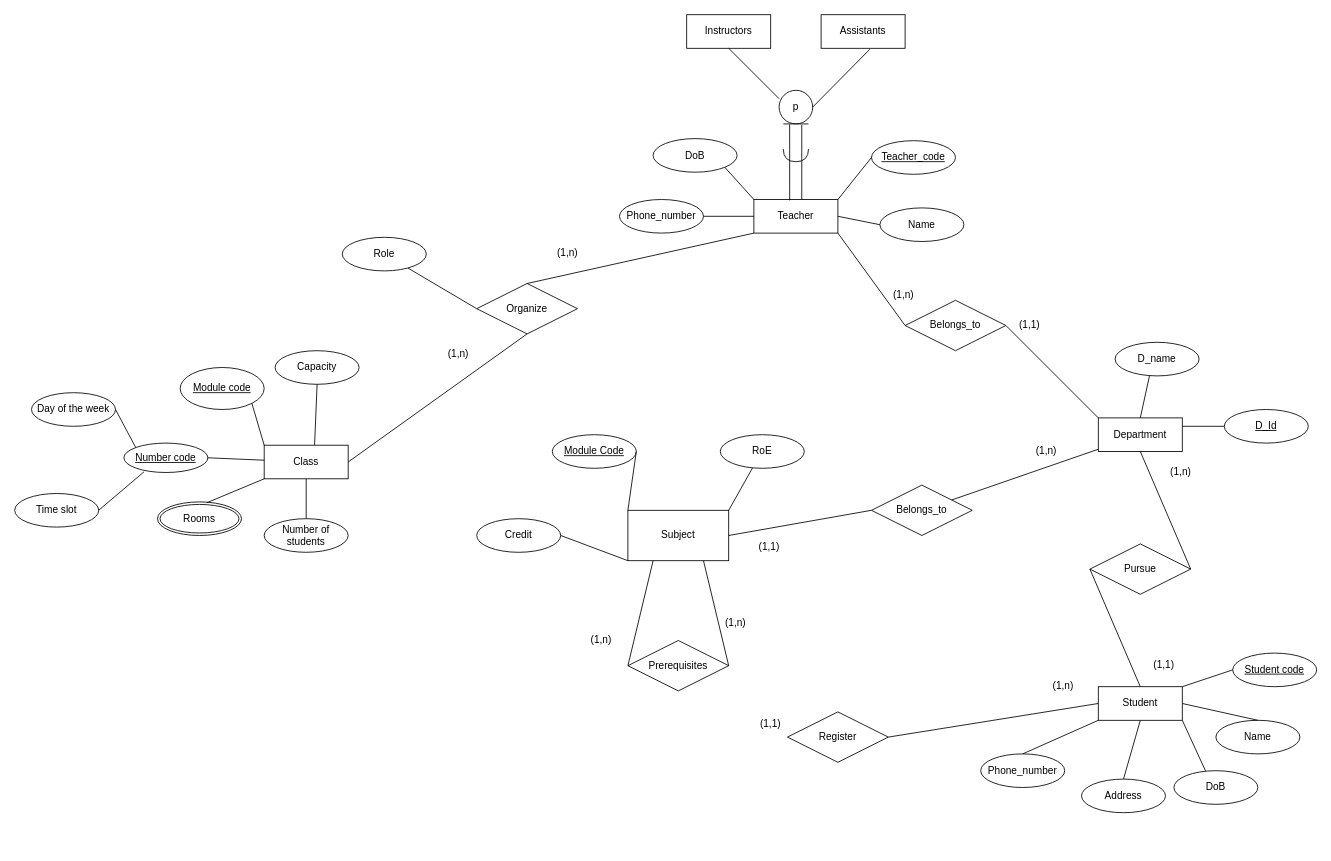
Before: Finale.drawio in S0ra1n0/Database-learning, a draw.io diagram. Source tidied: cells renumbered, new cells numbered last; positions are measured from the earlier drawing's top-left corner, leaving out a move shared by most shapes. Both pictures are drawn from the tidied source at 84%, with x=0, y=0 at pixel (14, 14).
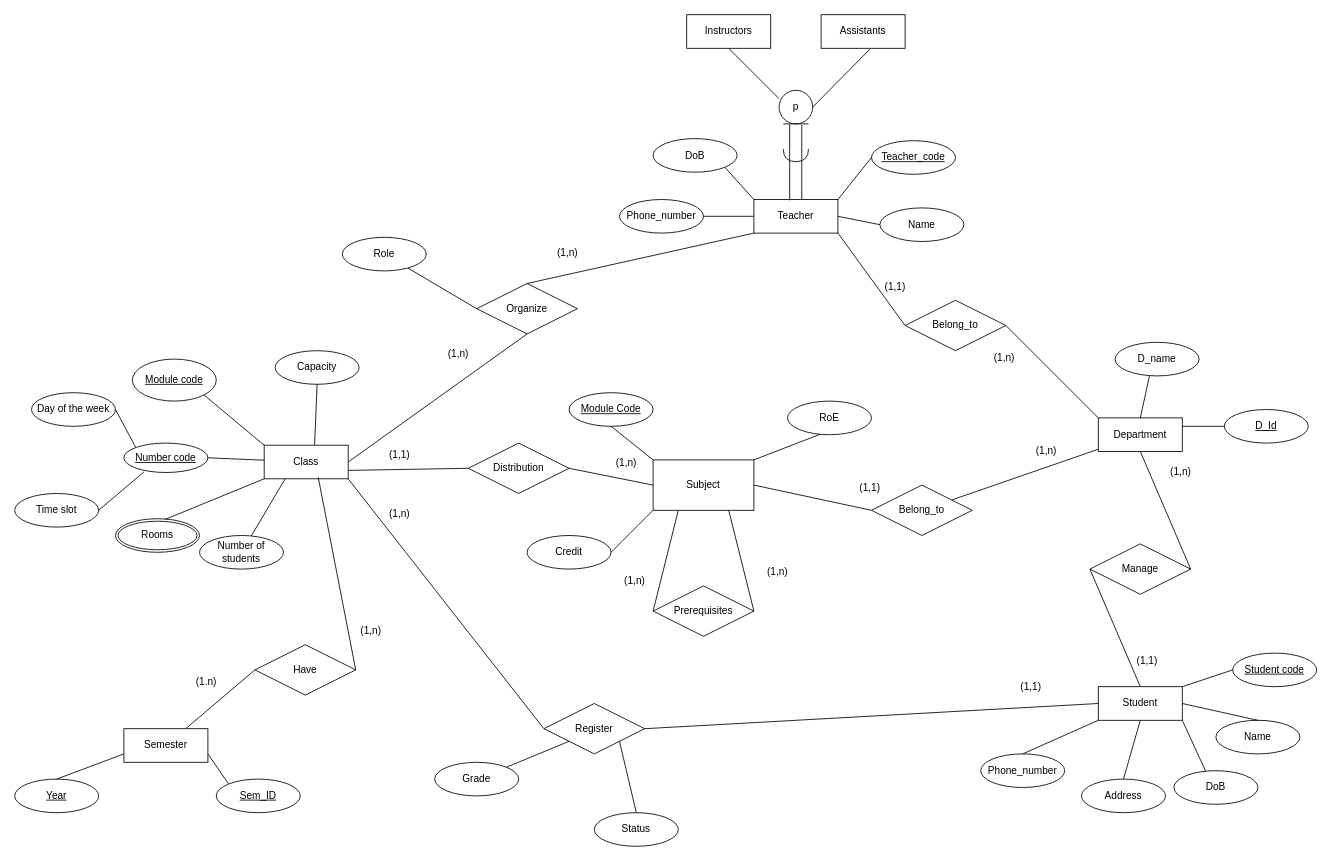
The same diagram, later.

Commit message:
Cập nhật Finale.drawio

Unchanged cells that the change refers to:
```xml
<mxCell id="39" value="Class" style="whiteSpace=wrap;html=1;align=center;" parent="1" vertex="1">
  <mxGeometry x="297" y="512.5" width="100" height="40" as="geometry" />
</mxCell>
```

What changed in the source:
```diff
@@
     <mxCell id="2" value="Subject" style="rounded=0;whiteSpace=wrap;html=1;" parent="1" vertex="1">
-      <mxGeometry x="730" y="590" width="120" height="60" as="geometry" />
+      <mxGeometry x="760" y="530" width="120" height="60" as="geometry" />
     </mxCell>
     <mxCell id="3" value="Module Code" style="ellipse;whiteSpace=wrap;html=1;align=center;fontStyle=4;" parent="1" vertex="1">
-      <mxGeometry x="640" y="500" width="100" height="40" as="geometry" />
+      <mxGeometry x="660" y="450" width="100" height="40" as="geometry" />
     </mxCell>
-    <mxCell id="4" style="endArrow=none;html=1;rounded=0;entryX=0;entryY=0;entryDx=0;entryDy=0;exitX=1;exitY=0.5;exitDx=0;exitDy=0;" parent="1" edge="1" source="3" target="2">
+    <mxCell id="4" style="endArrow=none;html=1;rounded=0;entryX=0;entryY=0;entryDx=0;entryDy=0;exitX=0.5;exitY=1;exitDx=0;exitDy=0;" parent="1" edge="1" source="3" target="2">
       <mxGeometry relative="1" as="geometry" />
     </mxCell>
-    <mxCell id="5" value="Belongs_to" style="shape=rhombus;perimeter=rhombusPerimeter;whiteSpace=wrap;html=1;align=center;" parent="1" vertex="1">
+    <mxCell id="5" value="Belong_to" style="shape=rhombus;perimeter=rhombusPerimeter;whiteSpace=wrap;html=1;align=center;" parent="1" vertex="1">
       <mxGeometry x="1020" y="560" width="120" height="60" as="geometry" />
     </mxCell>
@@
     <mxCell id="9" value="(1,1)" style="text;strokeColor=none;fillColor=none;spacingLeft=4;spacingRight=4;overflow=hidden;fontSize=12;whiteSpace=wrap;html=1;" parent="1" vertex="1">
-      <mxGeometry x="880" y="620" width="40" height="30" as="geometry" />
+      <mxGeometry x="1000" y="550" width="40" height="30" as="geometry" />
     </mxCell>
     <mxCell id="10" value="(1,n)" style="text;strokeColor=none;fillColor=none;spacingLeft=4;spacingRight=4;overflow=hidden;fontSize=12;whiteSpace=wrap;html=1;" parent="1" vertex="1">
-      <mxGeometry x="1040" y="320" width="40" height="30" as="geometry" />
+      <mxGeometry x="1160" y="395" width="40" height="30" as="geometry" />
     </mxCell>
@@
-    <mxCell id="12" value="Pursue" style="shape=rhombus;perimeter=rhombusPerimeter;whiteSpace=wrap;html=1;align=center;" parent="1" vertex="1">
+    <mxCell id="12" value="Manage" style="shape=rhombus;perimeter=rhombusPerimeter;whiteSpace=wrap;html=1;align=center;" parent="1" vertex="1">
       <mxGeometry x="1280" y="630" width="120" height="60" as="geometry" />
     </mxCell>
@@
     <mxCell id="16" value="(1,1)" style="text;strokeColor=none;fillColor=none;spacingLeft=4;spacingRight=4;overflow=hidden;fontSize=12;whiteSpace=wrap;html=1;" parent="1" vertex="1">
-      <mxGeometry x="1350" y="760" width="40" height="30" as="geometry" />
+      <mxGeometry x="1330" y="755" width="40" height="30" as="geometry" />
     </mxCell>
@@
     <mxCell id="19" value="Credit" style="ellipse;whiteSpace=wrap;html=1;align=center;" parent="1" vertex="1">
-      <mxGeometry x="550" y="600" width="100" height="40" as="geometry" />
+      <mxGeometry x="610" y="620" width="100" height="40" as="geometry" />
     </mxCell>
@@
     <mxCell id="22" value="RoE" style="ellipse;whiteSpace=wrap;html=1;align=center;" parent="1" vertex="1">
-      <mxGeometry x="840" y="500" width="100" height="40" as="geometry" />
+      <mxGeometry x="920" y="460" width="100" height="40" as="geometry" />
     </mxCell>
@@
     <mxCell id="24" value="Register" style="shape=rhombus;perimeter=rhombusPerimeter;whiteSpace=wrap;html=1;align=center;" parent="1" vertex="1">
-      <mxGeometry x="920" y="830" width="120" height="60" as="geometry" />
+      <mxGeometry x="630" y="820" width="120" height="60" as="geometry" />
     </mxCell>
@@
     <mxCell id="27" value="(1,n)" style="text;strokeColor=none;fillColor=none;spacingLeft=4;spacingRight=4;overflow=hidden;fontSize=12;whiteSpace=wrap;html=1;" parent="1" vertex="1">
-      <mxGeometry x="1230" y="785" width="40" height="30" as="geometry" />
+      <mxGeometry x="440" y="580" width="40" height="30" as="geometry" />
     </mxCell>
@@
     <mxCell id="38" value="(1,1)" style="text;html=1;align=center;verticalAlign=middle;whiteSpace=wrap;rounded=0;" parent="1" vertex="1">
-      <mxGeometry x="870" y="830" width="60" height="30" as="geometry" />
+      <mxGeometry x="1180" y="785" width="60" height="30" as="geometry" />
     </mxCell>
@@
     <mxCell id="41" value="Module code" style="ellipse;whiteSpace=wrap;html=1;align=center;fontStyle=4;" parent="1" vertex="1">
-      <mxGeometry x="197" y="420" width="100" height="50" as="geometry" />
+      <mxGeometry x="140" y="410" width="100" height="50" as="geometry" />
     </mxCell>
@@
     <mxCell id="44" value="Rooms" style="ellipse;shape=doubleEllipse;margin=3;whiteSpace=wrap;html=1;align=center;" parent="1" vertex="1">
-      <mxGeometry x="170" y="580" width="100" height="40" as="geometry" />
+      <mxGeometry x="120" y="600" width="100" height="40" as="geometry" />
     </mxCell>
@@
-    <mxCell id="50" style="endArrow=none;html=1;rounded=0;exitX=0.5;exitY=1;exitDx=0;exitDy=0;" parent="1" edge="1" source="39" target="55">
+    <mxCell id="50" style="endArrow=none;html=1;rounded=0;exitX=0.25;exitY=1;exitDx=0;exitDy=0;" parent="1" edge="1" source="39" target="55">
       <mxGeometry relative="1" as="geometry" />
     </mxCell>
@@
     <mxCell id="55" value="Number of students" style="ellipse;whiteSpace=wrap;html=1;align=center;" parent="1" vertex="1">
-      <mxGeometry x="297" y="600" width="100" height="40" as="geometry" />
+      <mxGeometry x="220" y="620" width="100" height="40" as="geometry" />
     </mxCell>
@@
     <mxCell id="57" value="Prerequisites" style="shape=rhombus;perimeter=rhombusPerimeter;whiteSpace=wrap;html=1;align=center;" parent="1" vertex="1">
-      <mxGeometry x="730" y="745" width="120" height="60" as="geometry" />
+      <mxGeometry x="760" y="680" width="120" height="60" as="geometry" />
     </mxCell>
@@
     <mxCell id="59" value="(1,n)" style="text;strokeColor=none;fillColor=none;spacingLeft=4;spacingRight=4;overflow=hidden;fontSize=12;whiteSpace=wrap;html=1;" parent="1" vertex="1">
-      <mxGeometry x="840" y="710" width="40" height="30" as="geometry" />
+      <mxGeometry x="890" y="650" width="40" height="30" as="geometry" />
     </mxCell>
     <mxCell id="60" value="(1,n)" style="text;strokeColor=none;fillColor=none;spacingLeft=4;spacingRight=4;overflow=hidden;fontSize=12;whiteSpace=wrap;html=1;" parent="1" vertex="1">
-      <mxGeometry x="680" y="730" width="40" height="30" as="geometry" />
+      <mxGeometry x="720" y="660" width="40" height="30" as="geometry" />
     </mxCell>
@@
-    <mxCell id="73" value="Belongs_to" style="shape=rhombus;perimeter=rhombusPerimeter;whiteSpace=wrap;html=1;align=center;" parent="1" vertex="1">
+    <mxCell id="73" value="Belong_to" style="shape=rhombus;perimeter=rhombusPerimeter;whiteSpace=wrap;html=1;align=center;" parent="1" vertex="1">
       <mxGeometry x="1060" y="340" width="120" height="60" as="geometry" />
     </mxCell>
@@
     <mxCell id="76" value="(1,1)" style="text;strokeColor=none;fillColor=none;spacingLeft=4;spacingRight=4;overflow=hidden;fontSize=12;whiteSpace=wrap;html=1;" parent="1" vertex="1">
-      <mxGeometry x="1190" y="355" width="40" height="30" as="geometry" />
+      <mxGeometry x="1030" y="310" width="40" height="30" as="geometry" />
     </mxCell>
@@
+    <mxCell id="89" style="endArrow=none;html=1;rounded=0;exitX=1;exitY=1;exitDx=0;exitDy=0;entryX=0;entryY=0.5;entryDx=0;entryDy=0;" parent="1" edge="1" source="39" target="24">
+      <mxGeometry relative="1" as="geometry" />
+    </mxCell>
+    <mxCell id="90" value="Status" style="ellipse;whiteSpace=wrap;html=1;align=center;" parent="1" vertex="1">
+      <mxGeometry x="690" y="950" width="100" height="40" as="geometry" />
+    </mxCell>
+    <mxCell id="91" value="Grade" style="ellipse;whiteSpace=wrap;html=1;align=center;" parent="1" vertex="1">
+      <mxGeometry x="500" y="890" width="100" height="40" as="geometry" />
+    </mxCell>
+    <mxCell id="92" style="endArrow=none;html=1;rounded=0;exitX=1;exitY=0;exitDx=0;exitDy=0;entryX=0;entryY=1;entryDx=0;entryDy=0;" parent="1" edge="1" source="91" target="24">
+      <mxGeometry relative="1" as="geometry" />
+    </mxCell>
+    <mxCell id="93" style="endArrow=none;html=1;rounded=0;exitX=0.5;exitY=0;exitDx=0;exitDy=0;entryX=1;entryY=1;entryDx=0;entryDy=0;" parent="1" edge="1" source="90" target="24">
+      <mxGeometry relative="1" as="geometry" />
+    </mxCell>
+    <mxCell id="94" value="Distribution" style="shape=rhombus;perimeter=rhombusPerimeter;whiteSpace=wrap;html=1;align=center;" parent="1" vertex="1">
+      <mxGeometry x="540" y="510" width="120" height="60" as="geometry" />
+    </mxCell>
+    <mxCell id="95" style="endArrow=none;html=1;rounded=0;exitX=1;exitY=0.5;exitDx=0;exitDy=0;entryX=0;entryY=0.5;entryDx=0;entryDy=0;" parent="1" edge="1" source="94" target="2">
+      <mxGeometry relative="1" as="geometry" />
+    </mxCell>
+    <mxCell id="96" style="endArrow=none;html=1;rounded=0;exitX=1;exitY=0.75;exitDx=0;exitDy=0;entryX=0;entryY=0.5;entryDx=0;entryDy=0;" parent="1" edge="1" source="39" target="94">
+      <mxGeometry relative="1" as="geometry" />
+    </mxCell>
+    <mxCell id="97" value="(1,n)" style="text;strokeColor=none;fillColor=none;spacingLeft=4;spacingRight=4;overflow=hidden;fontSize=12;whiteSpace=wrap;html=1;" parent="1" vertex="1">
+      <mxGeometry x="710" y="520" width="40" height="30" as="geometry" />
+    </mxCell>
+    <mxCell id="98" value="(1,1)" style="text;strokeColor=none;fillColor=none;spacingLeft=4;spacingRight=4;overflow=hidden;fontSize=12;whiteSpace=wrap;html=1;" parent="1" vertex="1">
+      <mxGeometry x="440" y="510" width="40" height="30" as="geometry" />
+    </mxCell>
+    <mxCell id="99" value="Have" style="shape=rhombus;perimeter=rhombusPerimeter;whiteSpace=wrap;html=1;align=center;" parent="1" vertex="1">
+      <mxGeometry x="286" y="750" width="120" height="60" as="geometry" />
+    </mxCell>
+    <mxCell id="100" style="endArrow=none;html=1;rounded=0;exitX=0.643;exitY=0.95;exitDx=0;exitDy=0;exitPerimeter=0;entryX=1;entryY=0.5;entryDx=0;entryDy=0;" parent="1" edge="1" source="39" target="99">
+      <mxGeometry relative="1" as="geometry" />
+    </mxCell>
+    <mxCell id="101" style="endArrow=none;html=1;rounded=0;exitX=0;exitY=0.5;exitDx=0;exitDy=0;" parent="1" edge="1" source="99" target="102">
+      <mxGeometry relative="1" as="geometry" />
+    </mxCell>
+    <mxCell id="102" value="Semester" style="whiteSpace=wrap;html=1;align=center;" parent="1" vertex="1">
+      <mxGeometry x="130" y="850" width="100" height="40" as="geometry" />
+    </mxCell>
+    <mxCell id="103" value="&lt;u&gt;Sem_ID&lt;/u&gt;" style="ellipse;whiteSpace=wrap;html=1;align=center;" parent="1" vertex="1">
+      <mxGeometry x="240" y="910" width="100" height="40" as="geometry" />
+    </mxCell>
+    <mxCell id="104" value="&lt;u&gt;Year&lt;/u&gt;" style="ellipse;whiteSpace=wrap;html=1;align=center;" parent="1" vertex="1">
+      <mxGeometry y="910" width="100" height="40" as="geometry" />
+    </mxCell>
+    <mxCell id="105" style="endArrow=none;html=1;rounded=0;exitX=0;exitY=0;exitDx=0;exitDy=0;entryX=1;entryY=0.75;entryDx=0;entryDy=0;" parent="1" edge="1" source="103" target="102">
+      <mxGeometry relative="1" as="geometry" />
+    </mxCell>
+    <mxCell id="106" style="endArrow=none;html=1;rounded=0;exitX=0.5;exitY=0;exitDx=0;exitDy=0;entryX=0;entryY=0.75;entryDx=0;entryDy=0;" parent="1" edge="1" source="104" target="102">
+      <mxGeometry relative="1" as="geometry" />
+    </mxCell>
+    <mxCell id="107" value="(1,n)" style="text;strokeColor=none;fillColor=none;spacingLeft=4;spacingRight=4;overflow=hidden;fontSize=12;whiteSpace=wrap;html=1;" parent="1" vertex="1">
+      <mxGeometry x="406" y="720" width="40" height="30" as="geometry" />
+    </mxCell>
+    <mxCell id="108" value="(1.n)" style="text;strokeColor=none;fillColor=none;spacingLeft=4;spacingRight=4;overflow=hidden;fontSize=12;whiteSpace=wrap;html=1;" parent="1" vertex="1">
+      <mxGeometry x="210" y="780" width="40" height="30" as="geometry" />
+    </mxCell>
```
